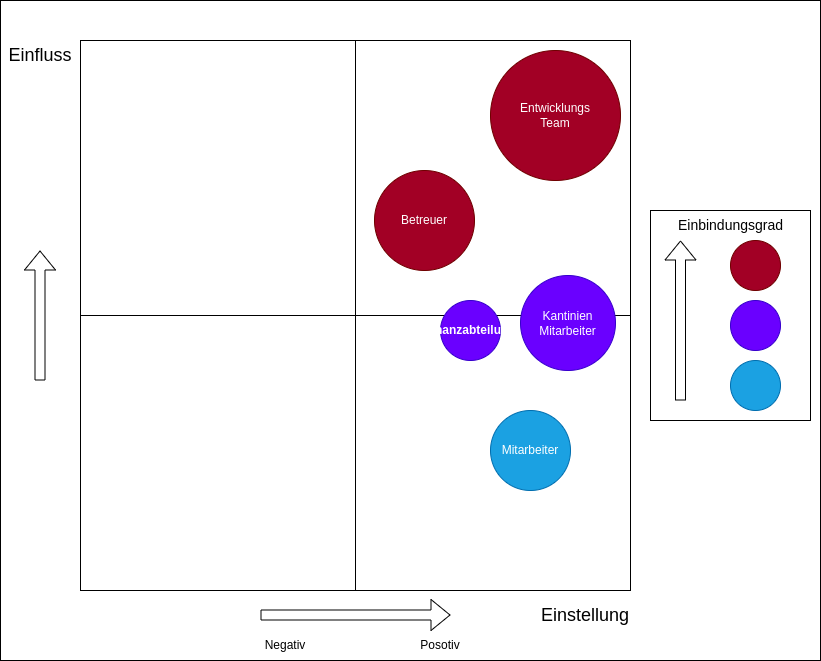
Above: docs/resources/StakeholderAnalyse.png in Golo300/Kantinerado (draw.io), before the change. Source tidied: cells renumbered, new cells last; positions are measured from the earlier drawing's top-left corner, leaving out a move shared by most shapes.
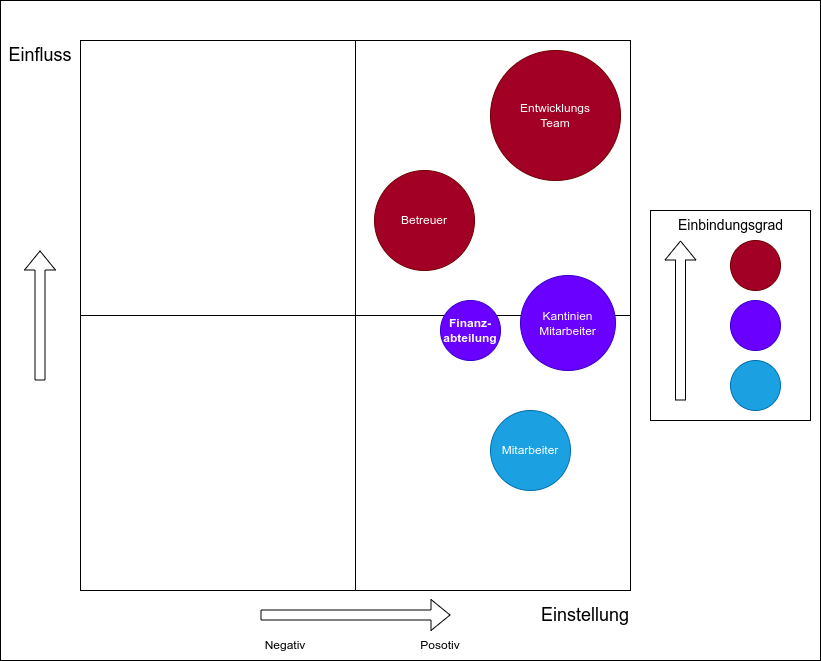
Later version of the same file.

Diff of the diagram source:
```diff
@@ -65,7 +65,7 @@
     <mxCell id="19" value="Mitarbeiter" style="ellipse;whiteSpace=wrap;html=1;fillColor=#1ba1e2;fontColor=#ffffff;strokeColor=#006EAF;" parent="1" vertex="1">
       <mxGeometry x="490" y="410" width="80" height="80" as="geometry" />
     </mxCell>
-    <mxCell id="20" value="&lt;strong&gt;Finanzabteilung&lt;/strong&gt;" style="ellipse;whiteSpace=wrap;html=1;fillColor=#6a00ff;fontColor=#ffffff;strokeColor=#3700CC;" parent="1" vertex="1">
+    <mxCell id="20" value="&lt;strong&gt;Finanz-&lt;/strong&gt;&lt;div&gt;&lt;strong&gt;abteilung&lt;/strong&gt;&lt;/div&gt;" style="ellipse;whiteSpace=wrap;html=1;fillColor=#6a00ff;fontColor=#ffffff;strokeColor=#3700CC;" parent="1" vertex="1">
       <mxGeometry x="440" y="300" width="60" height="60" as="geometry" />
     </mxCell>
     <mxCell id="21" value="Posotiv" style="text;html=1;strokeColor=none;fillColor=none;align=center;verticalAlign=middle;whiteSpace=wrap;rounded=0;" parent="1" vertex="1">
```
